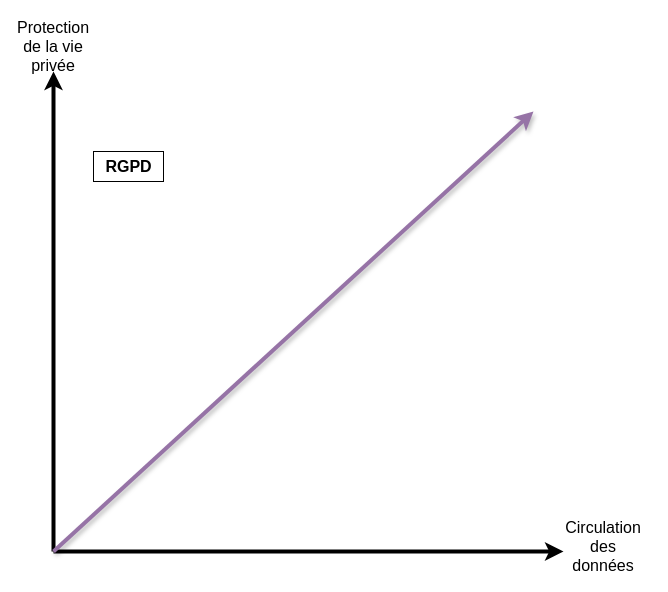
Earlier version of the draw.io diagram Diagramme sans nom.drawio (Fabrice-64/Drawings). Source tidied: cells renumbered, new cells numbered last; positions are measured from the earlier drawing's top-left corner, leaving out a move shared by most shapes. Both pictures are drawn from the tidied source at 100%, with x=0, y=0 at pixel (23, 31).
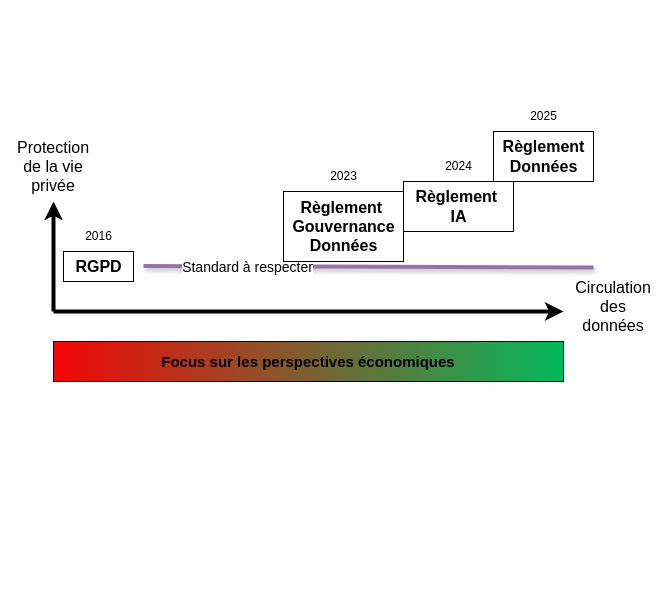
The same diagram, later.

Commit message:
Mettre à jour Diagramme sans nom.drawio

Diff of the diagram source:
```diff
@@
 <mxGraphModel>
   <root>
     <mxCell id="0" />
     <mxCell id="1" parent="0" />
     <mxCell id="2" style="edgeStyle=none;orthogonalLoop=1;jettySize=auto;html=1;rounded=0;strokeWidth=4;" parent="1" edge="1">
       <mxGeometry relative="1" as="geometry">
-        <mxPoint x="30" y="520" as="sourcePoint" />
-        <mxPoint x="30" y="40" as="targetPoint" />
+        <mxPoint x="30" y="280" as="sourcePoint" />
+        <mxPoint x="30" y="170" as="targetPoint" />
       </mxGeometry>
     </mxCell>
     <mxCell id="3" style="edgeStyle=none;orthogonalLoop=1;jettySize=auto;html=1;rounded=0;strokeWidth=4;" parent="1" edge="1">
       <mxGeometry relative="1" as="geometry">
-        <mxPoint x="30" y="520" as="sourcePoint" />
-        <mxPoint x="540" y="520" as="targetPoint" />
+        <mxPoint x="30" y="280" as="sourcePoint" />
+        <mxPoint x="540" y="280" as="targetPoint" />
       </mxGeometry>
     </mxCell>
     <mxCell id="4" value="Protection de la vie privée" style="text;strokeColor=none;align=center;fillColor=none;html=1;verticalAlign=middle;whiteSpace=wrap;rounded=0;fontSize=16;" parent="1" vertex="1">
-      <mxGeometry width="60" height="30" as="geometry" />
+      <mxGeometry y="120" width="60" height="30" as="geometry" />
     </mxCell>
     <mxCell id="5" value="Circulation des données" style="text;strokeColor=none;align=center;fillColor=none;html=1;verticalAlign=middle;whiteSpace=wrap;rounded=0;fontSize=16;" parent="1" vertex="1">
-      <mxGeometry x="550" y="500" width="60" height="30" as="geometry" />
+      <mxGeometry x="560" y="260" width="60" height="30" as="geometry" />
     </mxCell>
     <mxCell id="6" value="RGPD" style="text;html=1;align=center;verticalAlign=middle;strokeColor=default;fillColor=none;fontSize=16;fontStyle=1;" parent="1" vertex="1">
-      <mxGeometry x="70" y="120" width="70" height="30" as="geometry" />
+      <mxGeometry x="40" y="220" width="70" height="30" as="geometry" />
     </mxCell>
-    <mxCell id="7" style="edgeStyle=none;orthogonalLoop=1;jettySize=auto;html=1;rounded=0;strokeWidth=4;shadow=1;fillColor=#e1d5e7;strokeColor=#9673a6;" parent="1" edge="1">
+    <mxCell id="7" style="edgeStyle=none;orthogonalLoop=1;jettySize=auto;html=1;rounded=0;strokeWidth=4;shadow=1;fillColor=#e1d5e7;strokeColor=#9673a6;exitX=1;exitY=0.3;exitDx=0;exitDy=0;exitPerimeter=0;endArrow=none;endFill=0;" parent="1" edge="1">
       <mxGeometry relative="1" as="geometry">
-        <mxPoint x="30" y="520" as="sourcePoint" />
-        <mxPoint x="510" y="80" as="targetPoint" />
+        <mxPoint x="120" y="234.5" as="sourcePoint" />
+        <mxPoint x="570" y="236" as="targetPoint" />
       </mxGeometry>
     </mxCell>
+    <mxCell id="8" value="Standard à respecter" style="edgeLabel;html=1;align=center;verticalAlign=middle;fontSize=14;" parent="7" vertex="1">
+      <mxGeometry x="-0.54" y="-1" relative="1" as="geometry" />
+    </mxCell>
+    <mxCell id="9" value="Règlement&amp;nbsp;&lt;br&gt;IA" style="text;html=1;align=center;verticalAlign=middle;strokeColor=default;fillColor=none;fontSize=16;fontStyle=1;" parent="1" vertex="1">
+      <mxGeometry x="380" y="150" width="110" height="50" as="geometry" />
+    </mxCell>
+    <mxCell id="10" value="Règlement&amp;nbsp;&lt;br&gt;Gouvernance &lt;br&gt;Données" style="text;html=1;align=center;verticalAlign=middle;strokeColor=default;fillColor=none;fontSize=16;fontStyle=1;" parent="1" vertex="1">
+      <mxGeometry x="260" y="160" width="120" height="70" as="geometry" />
+    </mxCell>
+    <mxCell id="11" value="Règlement &lt;br&gt;Données" style="text;html=1;align=center;verticalAlign=middle;strokeColor=default;fillColor=none;fontSize=16;fontStyle=1;" parent="1" vertex="1">
+      <mxGeometry x="470" y="100" width="100" height="50" as="geometry" />
+    </mxCell>
+    <mxCell id="12" value="&lt;b&gt;Focus sur les perspectives économiques&lt;/b&gt;" style="rounded=0;whiteSpace=wrap;html=1;fontSize=15;gradientColor=#04b95b;gradientDirection=east;fillColor=#f40606;" parent="1" vertex="1">
+      <mxGeometry x="30" y="310" width="510" height="40" as="geometry" />
+    </mxCell>
+    <mxCell id="13" value="2023" style="text;html=1;align=center;verticalAlign=middle;strokeColor=none;fillColor=none;" parent="1" vertex="1">
+      <mxGeometry x="295" y="130" width="50" height="30" as="geometry" />
+    </mxCell>
+    <mxCell id="14" value="2024" style="text;html=1;align=center;verticalAlign=middle;strokeColor=none;fillColor=none;" parent="1" vertex="1">
+      <mxGeometry x="410" y="120" width="50" height="30" as="geometry" />
+    </mxCell>
+    <mxCell id="15" value="2025" style="text;html=1;align=center;verticalAlign=middle;strokeColor=none;fillColor=none;" parent="1" vertex="1">
+      <mxGeometry x="495" y="70" width="50" height="30" as="geometry" />
+    </mxCell>
+    <mxCell id="16" value="2016" style="text;html=1;align=center;verticalAlign=middle;strokeColor=none;fillColor=none;" parent="1" vertex="1">
+      <mxGeometry x="50" y="190" width="50" height="30" as="geometry" />
+    </mxCell>
   </root>
 </mxGraphModel>
```
